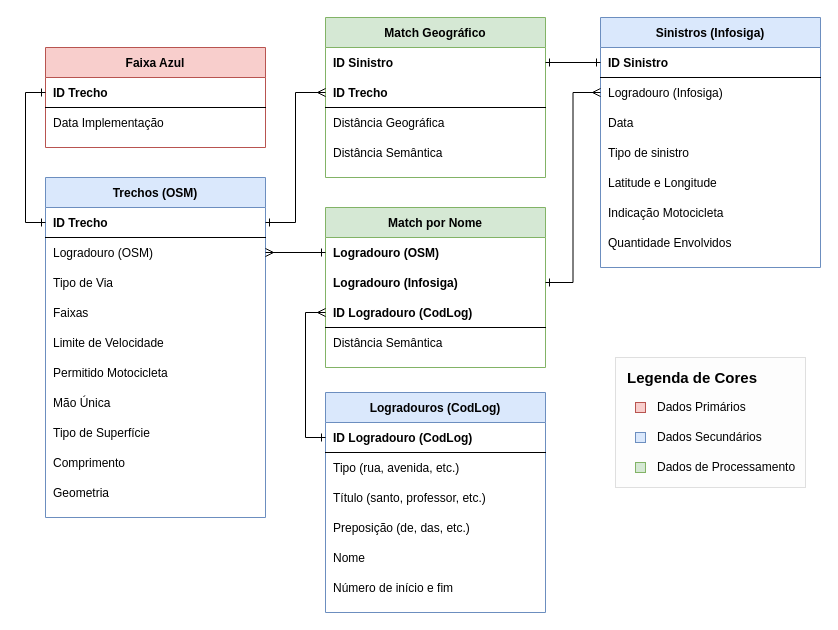
Earlier version of the draw.io diagram auxiliares/diagramaER.drawio (gustavo-tm/faixa-azul). Source tidied: cells renumbered, new cells numbered last; positions are measured from the earlier drawing's top-left corner, leaving out a move shared by most shapes. Both pictures are drawn from the tidied source at 100%, with x=0, y=0 at pixel (45, 17).
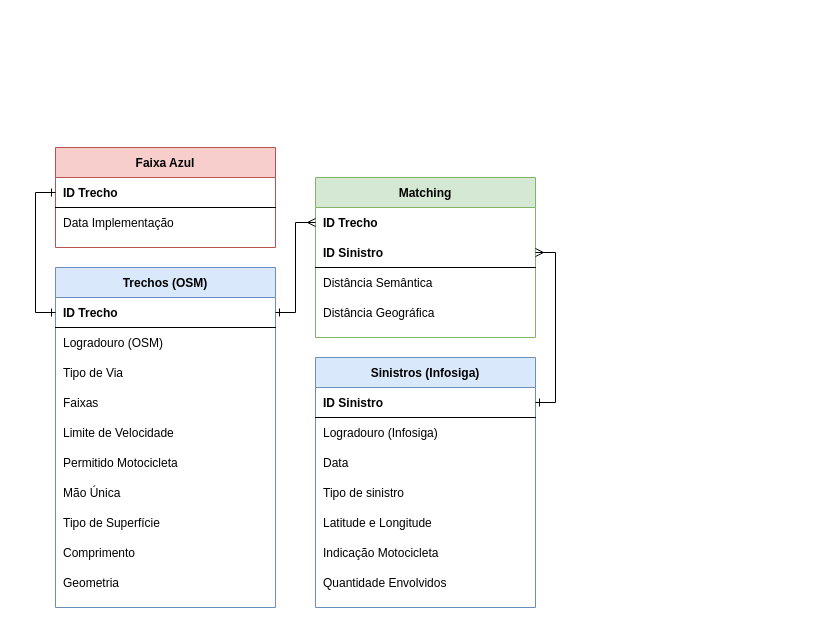
After the change.

Commit message (it also covers changes not shown here):
finaliz matching nome

The change refers to these unchanged cells:
```xml
<mxCell id="4" style="shape=partialRectangle;fillColor=none;points=[[0,0.5],[1,0.5]];portConstraint=eastwest;top=0;left=0;right=0;bottom=1;" parent="3" vertex="1">
  <mxGeometry y="30" width="220" height="30" as="geometry" />
</mxCell>
<mxCell id="6" style="shape=partialRectangle;fillColor=none;points=[[0,0.5],[1,0.5]];portConstraint=eastwest;top=0;left=0;right=0;bottom=0;" parent="3" vertex="1">
  <mxGeometry y="60" width="220" height="30" as="geometry" />
</mxCell>
<mxCell id="19" style="shape=partialRectangle;fillColor=none;points=[[0,0.5],[1,0.5]];portConstraint=eastwest;top=0;left=0;right=0;bottom=1;" parent="18" vertex="1">
  <mxGeometry y="30" width="220" height="30" as="geometry" />
</mxCell>
<mxCell id="21" style="shape=partialRectangle;fillColor=none;points=[[0,0.5],[1,0.5]];portConstraint=eastwest;top=0;left=0;right=0;bottom=0;" parent="18" vertex="1">
  <mxGeometry y="60" width="220" height="30" as="geometry" />
</mxCell>
<mxCell id="54" style="shape=partialRectangle;fillColor=none;points=[[0,0.5],[1,0.5]];portConstraint=eastwest;top=0;left=0;right=0;bottom=0;" parent="53" vertex="1">
  <mxGeometry y="30" width="220" height="30" as="geometry" />
</mxCell>
```

What changed in the source:
```diff
@@
-    <mxCell id="2" style="rounded=0;whiteSpace=wrap;html=1;fillColor=#f5f5f5;fontColor=#333333;strokeColor=#666666;opacity=20;" parent="1" vertex="1">
-      <mxGeometry x="570" y="340" width="190" height="130" as="geometry" />
-    </mxCell>
     <mxCell id="3" value="Sinistros (Infosiga)" style="shape=table;startSize=30;childLayout=tableLayout;rowLines=0;fontStyle=1;align=center;fillColor=#dae8fc;strokeColor=#6c8ebf;" parent="1" vertex="1">
-      <mxGeometry x="555" width="220" height="250" as="geometry" />
+      <mxGeometry x="270" y="340" width="220" height="250" as="geometry" />
     </mxCell>
@@
     <mxCell id="18" value="Trechos (OSM)" style="shape=table;startSize=30;childLayout=tableLayout;rowLines=0;fontStyle=1;align=center;fillColor=#dae8fc;strokeColor=#6c8ebf;" parent="1" vertex="1">
-      <mxGeometry y="160" width="220" height="340" as="geometry" />
+      <mxGeometry x="10" y="250" width="220" height="340" as="geometry" />
     </mxCell>
@@
-    <mxCell id="39" value="Match Geográfico" style="shape=table;startSize=30;childLayout=tableLayout;rowLines=0;fontStyle=1;align=center;fillColor=#d5e8d4;strokeColor=#82b366;" parent="1" vertex="1">
-      <mxGeometry x="280" width="220" height="160" as="geometry" />
-    </mxCell>
-    <mxCell id="40" style="shape=partialRectangle;fillColor=none;points=[[0,0.5],[1,0.5]];portConstraint=eastwest;top=0;left=0;right=0;bottom=0;" parent="39" vertex="1">
-      <mxGeometry y="30" width="220" height="30" as="geometry" />
-    </mxCell>
-    <mxCell id="41" value="ID Sinistro" style="shape=partialRectangle;overflow=hidden;fillColor=none;top=0;left=0;bottom=0;right=0;align=left;spacingLeft=6;fontStyle=1;" parent="40" vertex="1">
-      <mxGeometry width="220" height="30" as="geometry" />
-    </mxCell>
-    <mxCell id="42" style="shape=partialRectangle;fillColor=none;points=[[0,0.5],[1,0.5]];portConstraint=eastwest;top=0;left=0;right=0;bottom=1;" parent="39" vertex="1">
-      <mxGeometry y="60" width="220" height="30" as="geometry" />
-    </mxCell>
-    <mxCell id="43" value="ID Trecho" style="shape=partialRectangle;overflow=hidden;fillColor=none;top=0;left=0;bottom=0;right=0;align=left;spacingLeft=6;fontStyle=1;" parent="42" vertex="1">
-      <mxGeometry width="220" height="30" as="geometry" />
-    </mxCell>
-    <mxCell id="44" style="shape=partialRectangle;fillColor=none;top=0;left=0;right=0;bottom=0;" parent="39" vertex="1">
-      <mxGeometry y="90" width="220" height="30" as="geometry" />
-    </mxCell>
-    <mxCell id="45" value="Distância Geográfica" style="shape=partialRectangle;overflow=hidden;fillColor=none;top=0;left=0;bottom=0;right=0;align=left;spacingLeft=6;" parent="44" vertex="1">
-      <mxGeometry width="220" height="30" as="geometry" />
-    </mxCell>
-    <mxCell id="46" style="shape=partialRectangle;fillColor=none;top=0;left=0;right=0;bottom=0;" parent="39" vertex="1">
-      <mxGeometry y="120" width="220" height="30" as="geometry" />
-    </mxCell>
-    <mxCell id="47" value="Distância Semântica" style="shape=partialRectangle;overflow=hidden;fillColor=none;top=0;left=0;bottom=0;right=0;align=left;spacingLeft=6;" parent="46" vertex="1">
-      <mxGeometry width="220" height="30" as="geometry" />
-    </mxCell>
     <mxCell id="48" value="Faixa Azul" style="shape=table;startSize=30;childLayout=tableLayout;rowLines=0;fontStyle=1;align=center;fillColor=#f8cecc;strokeColor=#b85450;" parent="1" vertex="1">
-      <mxGeometry y="30" width="220" height="100" as="geometry" />
+      <mxGeometry x="10" y="130" width="220" height="100" as="geometry" />
     </mxCell>
@@
-    <mxCell id="53" value="Match por Nome" style="shape=table;startSize=30;childLayout=tableLayout;rowLines=0;fontStyle=1;align=center;fillColor=#d5e8d4;strokeColor=#82b366;" parent="1" vertex="1">
-      <mxGeometry x="280" y="190" width="220" height="160" as="geometry" />
+    <mxCell id="53" value="Matching" style="shape=table;startSize=30;childLayout=tableLayout;rowLines=0;fontStyle=1;align=center;fillColor=#d5e8d4;strokeColor=#82b366;" parent="1" vertex="1">
+      <mxGeometry x="270" y="160" width="220" height="160" as="geometry" />
     </mxCell>
@@
-    <mxCell id="55" value="Logradouro (OSM)" style="shape=partialRectangle;overflow=hidden;fillColor=none;top=0;left=0;bottom=0;right=0;align=left;spacingLeft=6;fontStyle=1;" parent="54" vertex="1">
+    <mxCell id="55" value="ID Trecho" style="shape=partialRectangle;overflow=hidden;fillColor=none;top=0;left=0;bottom=0;right=0;align=left;spacingLeft=6;fontStyle=1;" parent="54" vertex="1">
       <mxGeometry width="220" height="30" as="geometry" />
     </mxCell>
-    <mxCell id="56" style="shape=partialRectangle;fillColor=none;points=[[0,0.5],[1,0.5]];portConstraint=eastwest;top=0;left=0;right=0;bottom=0;" parent="53" vertex="1">
-      <mxGeometry y="60" width="220" height="30" as="geometry" />
-    </mxCell>
-    <mxCell id="57" value="Logradouro (Infosiga)" style="shape=partialRectangle;overflow=hidden;fillColor=none;top=0;left=0;bottom=0;right=0;align=left;spacingLeft=6;fontStyle=1;" parent="56" vertex="1">
-      <mxGeometry width="220" height="30" as="geometry" />
-    </mxCell>
     <mxCell id="58" style="shape=partialRectangle;fillColor=none;points=[[0,0.5],[1,0.5]];portConstraint=eastwest;top=0;left=0;right=0;bottom=1;" parent="53" vertex="1">
-      <mxGeometry y="90" width="220" height="30" as="geometry" />
+      <mxGeometry y="60" width="220" height="30" as="geometry" />
     </mxCell>
-    <mxCell id="59" value="ID Logradouro (CodLog)" style="shape=partialRectangle;overflow=hidden;fillColor=none;top=0;left=0;bottom=0;right=0;align=left;spacingLeft=6;fontStyle=1;" parent="58" vertex="1">
+    <mxCell id="59" value="ID Sinistro" style="shape=partialRectangle;overflow=hidden;fillColor=none;top=0;left=0;bottom=0;right=0;align=left;spacingLeft=6;fontStyle=1;" parent="58" vertex="1">
       <mxGeometry width="220" height="30" as="geometry" />
     </mxCell>
     <mxCell id="60" style="shape=partialRectangle;fillColor=none;top=0;left=0;right=0;bottom=0;" parent="53" vertex="1">
-      <mxGeometry y="120" width="220" height="30" as="geometry" />
+      <mxGeometry y="90" width="220" height="30" as="geometry" />
     </mxCell>
@@
-    <mxCell id="62" style="edgeStyle=orthogonalEdgeStyle;rounded=0;jettySize=auto;html=1;exitX=0;exitY=0.5;exitDx=0;exitDy=0;entryX=1;entryY=0.5;entryDx=0;entryDy=0;endArrow=ERone;endFill=0;startArrow=ERone;startFill=0;" parent="1" edge="1" source="4" target="40">
-      <mxGeometry relative="1" as="geometry" />
-    </mxCell>
-    <mxCell id="63" style="edgeStyle=orthogonalEdgeStyle;rounded=0;jettySize=auto;html=1;exitX=0;exitY=0.5;exitDx=0;exitDy=0;entryX=1;entryY=0.5;entryDx=0;entryDy=0;startArrow=ERmany;startFill=0;endArrow=ERone;endFill=0;" parent="1" edge="1" source="42" target="19">
-      <mxGeometry relative="1" as="geometry" />
-    </mxCell>
+    <mxCell id="88" style="shape=partialRectangle;fillColor=none;top=0;left=0;right=0;bottom=0;" parent="53" vertex="1">
+      <mxGeometry y="120" width="220" height="30" as="geometry" />
+    </mxCell>
+    <mxCell id="45" value="Distância Geográfica" style="shape=partialRectangle;overflow=hidden;fillColor=none;top=0;left=0;bottom=0;right=0;align=left;spacingLeft=6;" parent="88" vertex="1">
+      <mxGeometry width="220" height="30" as="geometry" />
+    </mxCell>
-    <mxCell id="64" style="edgeStyle=orthogonalEdgeStyle;rounded=0;jettySize=auto;html=1;exitX=1;exitY=0.5;exitDx=0;exitDy=0;entryX=0;entryY=0.5;entryDx=0;entryDy=0;startArrow=ERone;startFill=0;endArrow=ERmany;endFill=0;" parent="1" edge="1" source="56" target="6">
+    <mxCell id="64" style="edgeStyle=orthogonalEdgeStyle;rounded=0;jettySize=auto;html=1;exitX=1;exitY=0.5;exitDx=0;exitDy=0;entryX=1;entryY=0.5;entryDx=0;entryDy=0;startArrow=ERmany;startFill=0;endArrow=ERone;endFill=0;" parent="1" edge="1" source="58" target="4">
       <mxGeometry relative="1" as="geometry" />
     </mxCell>
-    <mxCell id="65" style="edgeStyle=orthogonalEdgeStyle;rounded=0;jettySize=auto;html=1;exitX=0;exitY=0.5;exitDx=0;exitDy=0;entryX=1;entryY=0.5;entryDx=0;entryDy=0;endArrow=ERmany;endFill=0;startArrow=ERone;startFill=0;" parent="1" edge="1" source="54" target="21">
+    <mxCell id="65" style="edgeStyle=orthogonalEdgeStyle;rounded=0;jettySize=auto;html=1;exitX=0;exitY=0.5;exitDx=0;exitDy=0;entryX=1;entryY=0.5;entryDx=0;entryDy=0;endArrow=ERone;endFill=0;startArrow=ERmany;startFill=0;" parent="1" edge="1" source="54" target="19">
       <mxGeometry relative="1" as="geometry" />
     </mxCell>
@@
-    <mxCell id="67" style="rounded=0;whiteSpace=wrap;html=1;fillColor=#f8cecc;strokeColor=#b85450;" parent="1" vertex="1">
-      <mxGeometry x="590" y="385" width="10" height="10" as="geometry" />
-    </mxCell>
-    <mxCell id="68" value="&lt;h1 style=&quot;margin-top: 0px; font-size: 15px;&quot;&gt;&lt;span style=&quot;background-color: initial; font-size: 15px;&quot;&gt;Legenda de Cores&lt;/span&gt;&lt;br style=&quot;font-size: 15px;&quot;&gt;&lt;/h1&gt;" style="text;html=1;whiteSpace=wrap;overflow=hidden;rounded=0;fontStyle=0;fontSize=15;" parent="1" vertex="1">
-      <mxGeometry x="580" y="345" width="180" height="40" as="geometry" />
-    </mxCell>
-    <mxCell id="69" value="Dados Primários" style="text;html=1;align=left;verticalAlign=middle;whiteSpace=wrap;rounded=0;" parent="1" vertex="1">
-      <mxGeometry x="610" y="375" width="150" height="30" as="geometry" />
-    </mxCell>
-    <mxCell id="70" value="Dados Secundários" style="text;html=1;align=left;verticalAlign=middle;whiteSpace=wrap;rounded=0;" parent="1" vertex="1">
-      <mxGeometry x="610" y="405" width="150" height="30" as="geometry" />
-    </mxCell>
-    <mxCell id="71" value="Dados de Processamento" style="text;html=1;align=left;verticalAlign=middle;whiteSpace=wrap;rounded=0;" parent="1" vertex="1">
-      <mxGeometry x="610" y="435" width="150" height="30" as="geometry" />
-    </mxCell>
-    <mxCell id="72" style="rounded=0;whiteSpace=wrap;html=1;fillColor=#dae8fc;strokeColor=#6c8ebf;" parent="1" vertex="1">
-      <mxGeometry x="590" y="415" width="10" height="10" as="geometry" />
-    </mxCell>
-    <mxCell id="73" style="rounded=0;whiteSpace=wrap;html=1;fillColor=#d5e8d4;strokeColor=#82b366;" parent="1" vertex="1">
-      <mxGeometry x="590" y="445" width="10" height="10" as="geometry" />
-    </mxCell>
-    <mxCell id="74" value="Logradouros (CodLog)" style="shape=table;startSize=30;childLayout=tableLayout;rowLines=0;fontStyle=1;align=center;fillColor=#dae8fc;strokeColor=#6c8ebf;" parent="1" vertex="1">
-      <mxGeometry x="280" y="375" width="220" height="220" as="geometry" />
-    </mxCell>
-    <mxCell id="75" style="shape=partialRectangle;fillColor=none;points=[[0,0.5],[1,0.5]];portConstraint=eastwest;top=0;left=0;right=0;bottom=1;" parent="74" vertex="1">
-      <mxGeometry y="30" width="220" height="30" as="geometry" />
-    </mxCell>
-    <mxCell id="76" value="ID Logradouro (CodLog)" style="shape=partialRectangle;overflow=hidden;fillColor=none;top=0;left=0;bottom=0;right=0;align=left;spacingLeft=6;fontStyle=1;" parent="75" vertex="1">
-      <mxGeometry width="220" height="30" as="geometry" />
-    </mxCell>
-    <mxCell id="77" style="shape=partialRectangle;fillColor=none;top=0;left=0;right=0;bottom=0;" parent="74" vertex="1">
-      <mxGeometry y="60" width="220" height="30" as="geometry" />
-    </mxCell>
-    <mxCell id="78" value="Tipo (rua, avenida, etc.)" style="shape=partialRectangle;overflow=hidden;fillColor=none;top=0;left=0;bottom=0;right=0;align=left;spacingLeft=6;" parent="77" vertex="1">
-      <mxGeometry width="220" height="30" as="geometry" />
-    </mxCell>
-    <mxCell id="79" style="shape=partialRectangle;fillColor=none;top=0;left=0;right=0;bottom=0;" parent="74" vertex="1">
-      <mxGeometry y="90" width="220" height="30" as="geometry" />
-    </mxCell>
-    <mxCell id="80" value="Título (santo, professor, etc.)" style="shape=partialRectangle;overflow=hidden;fillColor=none;top=0;left=0;bottom=0;right=0;align=left;spacingLeft=6;" parent="79" vertex="1">
-      <mxGeometry width="220" height="30" as="geometry" />
-    </mxCell>
-    <mxCell id="81" style="shape=partialRectangle;fillColor=none;top=0;left=0;right=0;bottom=0;" parent="74" vertex="1">
-      <mxGeometry y="120" width="220" height="30" as="geometry" />
-    </mxCell>
-    <mxCell id="82" value="Preposição (de, das, etc.)" style="shape=partialRectangle;overflow=hidden;fillColor=none;top=0;left=0;bottom=0;right=0;align=left;spacingLeft=6;" parent="81" vertex="1">
-      <mxGeometry width="220" height="30" as="geometry" />
-    </mxCell>
-    <mxCell id="83" style="shape=partialRectangle;fillColor=none;top=0;left=0;right=0;bottom=0;" parent="74" vertex="1">
-      <mxGeometry y="150" width="220" height="30" as="geometry" />
-    </mxCell>
-    <mxCell id="84" value="Nome " style="shape=partialRectangle;overflow=hidden;fillColor=none;top=0;left=0;bottom=0;right=0;align=left;spacingLeft=6;" parent="83" vertex="1">
-      <mxGeometry width="220" height="30" as="geometry" />
-    </mxCell>
-    <mxCell id="85" style="shape=partialRectangle;fillColor=none;top=0;left=0;right=0;bottom=0;" parent="74" vertex="1">
-      <mxGeometry y="180" width="220" height="30" as="geometry" />
-    </mxCell>
-    <mxCell id="86" value="Número de início e fim" style="shape=partialRectangle;overflow=hidden;fillColor=none;top=0;left=0;bottom=0;right=0;align=left;spacingLeft=6;" parent="85" vertex="1">
-      <mxGeometry width="220" height="30" as="geometry" />
-    </mxCell>
-    <mxCell id="87" style="edgeStyle=orthogonalEdgeStyle;rounded=0;jettySize=auto;html=1;exitX=0;exitY=0.5;exitDx=0;exitDy=0;entryX=0;entryY=0.5;entryDx=0;entryDy=0;endArrow=ERone;endFill=0;startArrow=ERmany;startFill=0;" parent="1" edge="1" source="58" target="75">
-      <mxGeometry relative="1" as="geometry" />
-    </mxCell>
```
